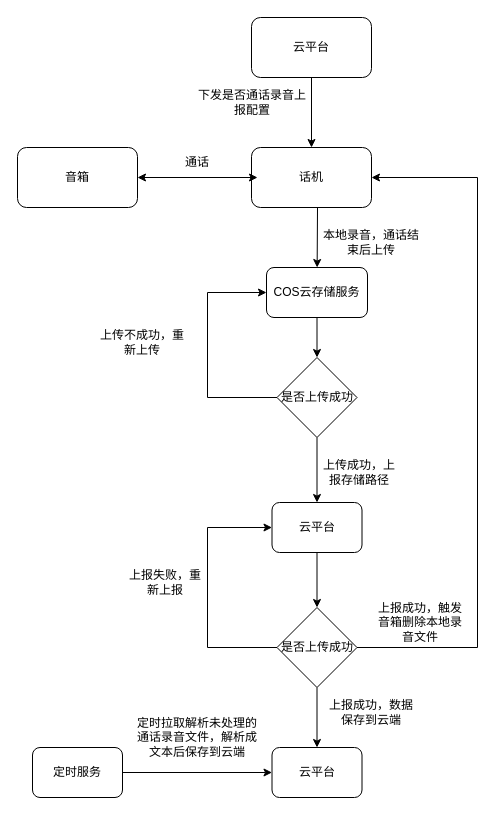
Above: xzzh/话机上报通话.drawio in daniel-7d/draw (draw.io), before the change. Source tidied: cells renumbered, new cells numbered last; positions are measured from the earlier drawing's top-left corner, leaving out a move shared by most shapes. Both pictures are drawn from the tidied source at 100%, with x=0, y=0 at pixel (17, 17).
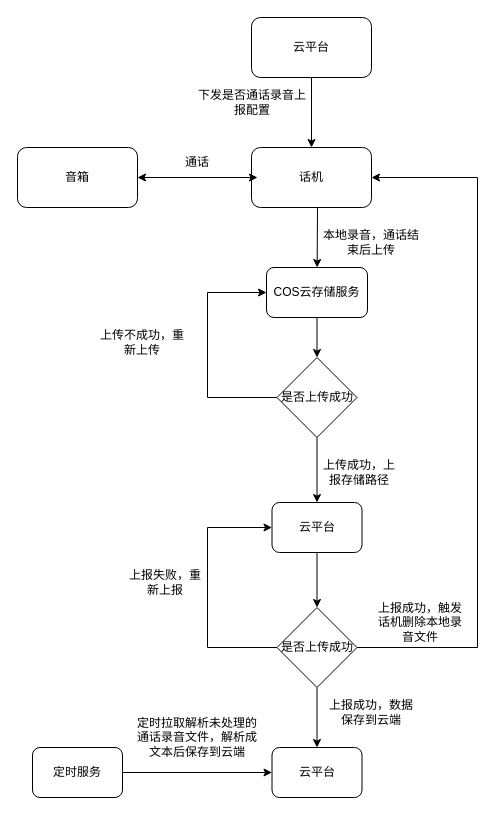
Above is the later version.

Commit message:
更新话机上报通话.drawio

Change to the diagram source:
```diff
@@
-    <mxCell id="25" value="上报成功，触发音箱删除本地录音文件" style="text;html=1;strokeColor=none;fillColor=none;align=center;verticalAlign=middle;whiteSpace=wrap;rounded=0;" parent="1" vertex="1">
+    <mxCell id="25" value="上报成功，触发话机删除本地录音文件" style="text;html=1;strokeColor=none;fillColor=none;align=center;verticalAlign=middle;whiteSpace=wrap;rounded=0;" parent="1" vertex="1">
       <mxGeometry x="360" y="590" width="86" height="30" as="geometry" />
     </mxCell>
```
